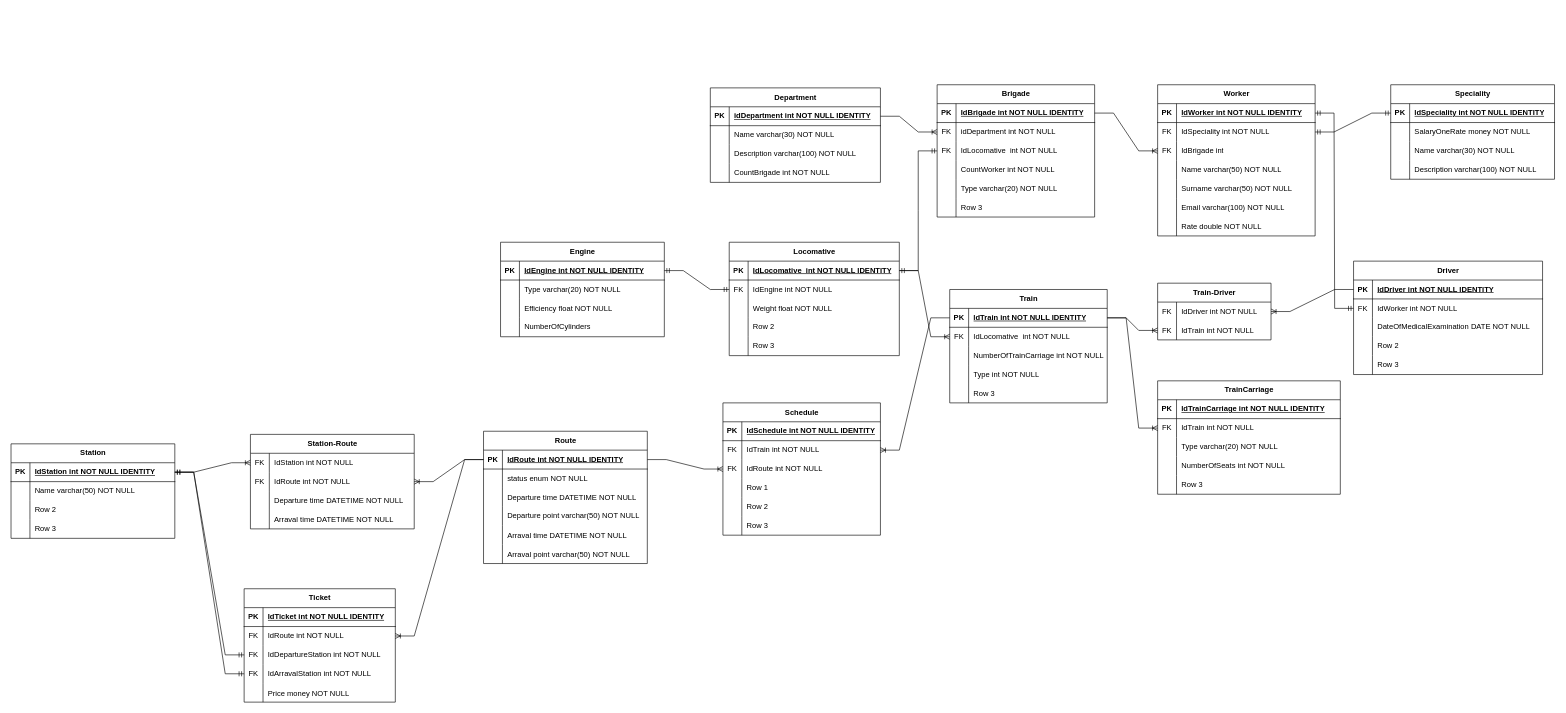
Before: 6_semester/BD/table.drawio in Lesha-Chinikailo/PSU_lab, a draw.io diagram. Source tidied: cells renumbered, new cells numbered last; positions are measured from the earlier drawing's top-left corner, leaving out a move shared by most shapes. Both pictures are drawn from the tidied source at 63%, with x=0, y=0 at pixel (11, 84).
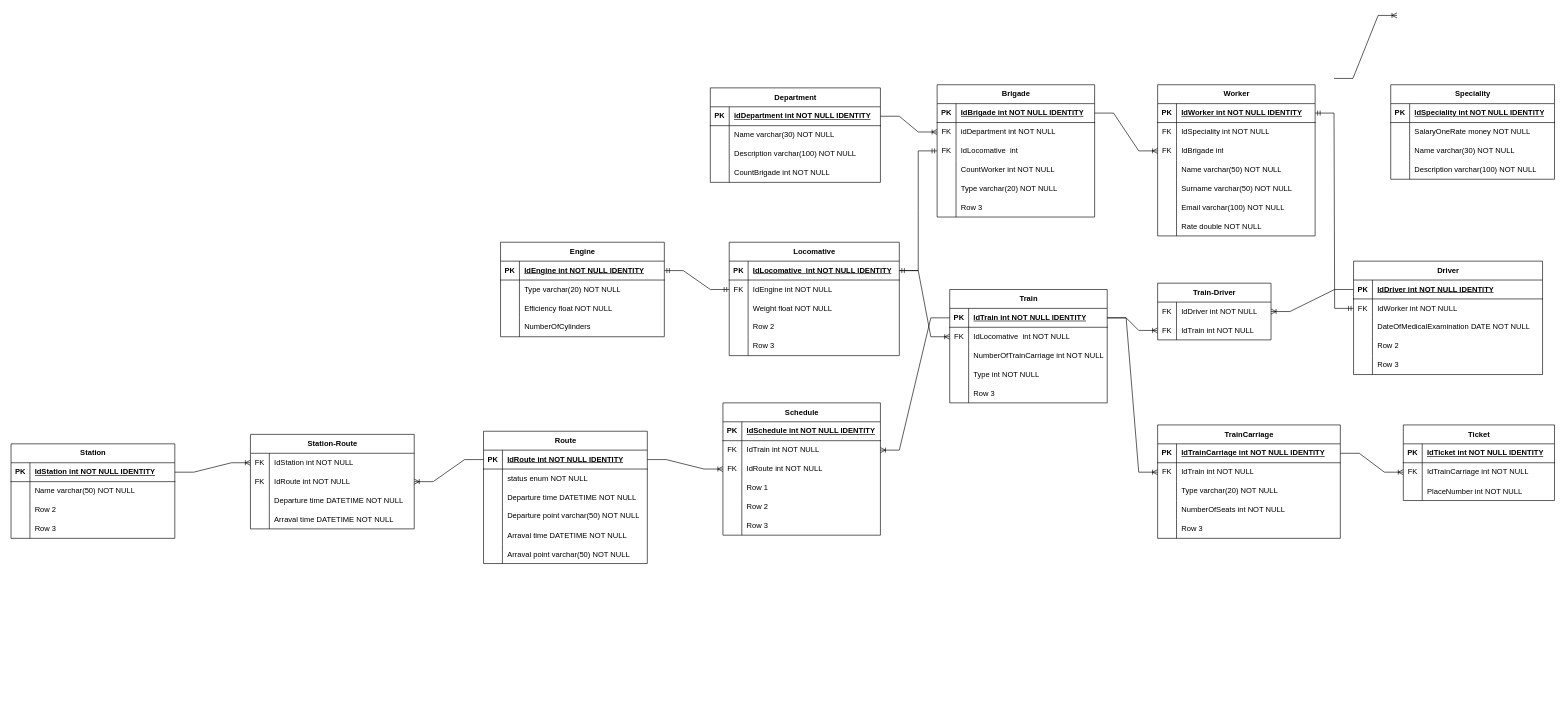
Above is the later version.

Unchanged cells that the change refers to:
```xml
<mxCell id="6" style="shape=tableRow;horizontal=0;startSize=0;swimlaneHead=0;swimlaneBody=0;fillColor=none;points=[[0,0.5],[1,0.5]];portConstraint=eastwest;top=0;left=0;right=0;bottom=0;" parent="2" vertex="1">
  <mxGeometry y="60" width="250" height="30" as="geometry" />
</mxCell>
<mxCell id="25" style="shape=tableRow;horizontal=0;startSize=0;swimlaneHead=0;swimlaneBody=0;fillColor=none;points=[[0,0.5],[1,0.5]];portConstraint=eastwest;top=0;left=0;right=0;bottom=1;" parent="24" vertex="1">
  <mxGeometry y="30" width="260" height="30" as="geometry" />
</mxCell>
<mxCell id="45" style="shape=tableRow;horizontal=0;startSize=0;swimlaneHead=0;swimlaneBody=0;fillColor=none;points=[[0,0.5],[1,0.5]];portConstraint=eastwest;top=0;left=0;right=0;bottom=0;" parent="38" vertex="1">
  <mxGeometry y="90" width="250" height="30" as="geometry" />
</mxCell>
<mxCell id="146" style="shape=tableRow;horizontal=0;startSize=0;swimlaneHead=0;swimlaneBody=0;fillColor=none;points=[[0,0.5],[1,0.5]];portConstraint=eastwest;top=0;left=0;right=0;bottom=1;" parent="145" vertex="1">
  <mxGeometry y="30" width="290" height="30" as="geometry" />
</mxCell>
<mxCell id="164" style="shape=tableRow;horizontal=0;startSize=0;swimlaneHead=0;swimlaneBody=0;fillColor=none;points=[[0,0.5],[1,0.5]];portConstraint=eastwest;top=0;left=0;right=0;bottom=1;" parent="163" vertex="1">
  <mxGeometry y="30" width="260" height="30" as="geometry" />
</mxCell>
<mxCell id="217" style="shape=tableRow;horizontal=0;startSize=0;swimlaneHead=0;swimlaneBody=0;fillColor=none;points=[[0,0.5],[1,0.5]];portConstraint=eastwest;top=0;left=0;right=0;bottom=1;" parent="216" vertex="1">
  <mxGeometry y="30" width="260" height="30" as="geometry" />
</mxCell>
<mxCell id="235" style="shape=tableRow;horizontal=0;startSize=0;swimlaneHead=0;swimlaneBody=0;fillColor=none;points=[[0,0.5],[1,0.5]];portConstraint=eastwest;top=0;left=0;right=0;bottom=0;" parent="231" vertex="1">
  <mxGeometry y="60" width="240" height="30" as="geometry" />
</mxCell>
```

Diff of the diagram source:
```diff
@@
-    <mxCell id="37" style="edgeStyle=entityRelationEdgeStyle;fontSize=12;html=1;endArrow=ERmandOne;startArrow=ERmandOne;rounded=0;entryX=0;entryY=0.5;entryDx=0;entryDy=0;exitX=1;exitY=0.5;exitDx=0;exitDy=0;" parent="1" edge="1" source="6" target="25">
-      <mxGeometry relative="1" as="geometry" />
-    </mxCell>
@@
-    <mxCell id="47" value="IdLocomative&amp;nbsp;&amp;nbsp;int NOT NULL" style="shape=partialRectangle;fillColor=none;top=0;left=0;bottom=0;right=0;align=left;spacingLeft=6;fontStyle=0;overflow=hidden;whiteSpace=wrap;html=1;" parent="45" vertex="1">
+    <mxCell id="47" value="IdLocomative&amp;nbsp;&amp;nbsp;int" style="shape=partialRectangle;fillColor=none;top=0;left=0;bottom=0;right=0;align=left;spacingLeft=6;fontStyle=0;overflow=hidden;whiteSpace=wrap;html=1;" parent="45" vertex="1">
       <mxGeometry x="30" width="220" height="30" as="geometry" />
     </mxCell>
@@
     <mxCell id="145" value="TrainCarriage" style="shape=table;startSize=30;childLayout=tableLayout;rowLines=0;fontStyle=1;align=center;html=1;" parent="1" vertex="1">
-      <mxGeometry x="1820" y="470" width="290" height="180" as="geometry" />
+      <mxGeometry x="1820" y="540" width="290" height="180" as="geometry" />
     </mxCell>
@@
     <mxCell id="231" value="Ticket" style="shape=table;startSize=30;childLayout=tableLayout;rowLines=0;fontStyle=1;align=center;html=1;" parent="1" vertex="1">
-      <mxGeometry x="370" y="800" width="240" height="180" as="geometry" />
+      <mxGeometry x="2210" y="540" width="240" height="120" as="geometry" />
     </mxCell>
@@
-    <mxCell id="237" value="IdRoute int NOT NULL" style="shape=partialRectangle;fillColor=none;top=0;left=0;bottom=0;right=0;align=left;spacingLeft=6;overflow=hidden;whiteSpace=wrap;html=1;" parent="235" vertex="1">
+    <mxCell id="237" value="IdTrainCarriage int NOT NULL" style="shape=partialRectangle;fillColor=none;top=0;left=0;bottom=0;right=0;align=left;spacingLeft=6;overflow=hidden;whiteSpace=wrap;html=1;" parent="235" vertex="1">
       <mxGeometry x="30" width="210" height="30" as="geometry" />
     </mxCell>
-    <mxCell id="238" style="shape=tableRow;horizontal=0;startSize=0;swimlaneHead=0;swimlaneBody=0;fillColor=none;points=[[0,0.5],[1,0.5]];portConstraint=eastwest;top=0;left=0;right=0;bottom=0;" parent="231" vertex="1">
-      <mxGeometry y="90" width="240" height="30" as="geometry" />
-    </mxCell>
-    <mxCell id="239" value="FK" style="shape=partialRectangle;fillColor=none;top=0;left=0;bottom=0;right=0;overflow=hidden;whiteSpace=wrap;html=1;" parent="238" vertex="1">
-      <mxGeometry width="30" height="30" as="geometry" />
-    </mxCell>
-    <mxCell id="240" value="IdDepartureStation int NOT NULL" style="shape=partialRectangle;fillColor=none;top=0;left=0;bottom=0;right=0;align=left;spacingLeft=6;overflow=hidden;whiteSpace=wrap;html=1;" parent="238" vertex="1">
-      <mxGeometry x="30" width="210" height="30" as="geometry" />
-    </mxCell>
-    <mxCell id="241" style="shape=tableRow;horizontal=0;startSize=0;swimlaneHead=0;swimlaneBody=0;fillColor=none;points=[[0,0.5],[1,0.5]];portConstraint=eastwest;top=0;left=0;right=0;bottom=0;" parent="231" vertex="1">
-      <mxGeometry y="120" width="240" height="30" as="geometry" />
-    </mxCell>
-    <mxCell id="242" value="FK" style="shape=partialRectangle;fillColor=none;top=0;left=0;bottom=0;right=0;overflow=hidden;whiteSpace=wrap;html=1;" parent="241" vertex="1">
-      <mxGeometry width="30" height="30" as="geometry" />
-    </mxCell>
-    <mxCell id="243" value="IdArravalStation int NOT NULL" style="shape=partialRectangle;fillColor=none;top=0;left=0;bottom=0;right=0;align=left;spacingLeft=6;overflow=hidden;whiteSpace=wrap;html=1;" parent="241" vertex="1">
-      <mxGeometry x="30" width="210" height="30" as="geometry" />
-    </mxCell>
     <mxCell id="244" style="shape=tableRow;horizontal=0;startSize=0;swimlaneHead=0;swimlaneBody=0;fillColor=none;top=0;left=0;right=0;bottom=0;" parent="231" vertex="1">
-      <mxGeometry y="150" width="240" height="30" as="geometry" />
+      <mxGeometry y="90" width="240" height="30" as="geometry" />
     </mxCell>
@@
-    <mxCell id="246" value="Price money NOT NULL" style="shape=partialRectangle;fillColor=none;top=0;left=0;bottom=0;right=0;align=left;spacingLeft=6;overflow=hidden;" parent="244" vertex="1">
+    <mxCell id="246" value="PlaceNumber int NOT NULL" style="shape=partialRectangle;fillColor=none;top=0;left=0;bottom=0;right=0;align=left;spacingLeft=6;overflow=hidden;" parent="244" vertex="1">
       <mxGeometry x="30" width="210" height="30" as="geometry" />
     </mxCell>
-    <mxCell id="247" style="edgeStyle=entityRelationEdgeStyle;fontSize=12;html=1;endArrow=ERoneToMany;rounded=0;exitX=0;exitY=0.5;exitDx=0;exitDy=0;entryX=1;entryY=0.5;entryDx=0;entryDy=0;" parent="1" edge="1" source="164" target="235">
-      <mxGeometry relative="1" as="geometry" />
-    </mxCell>
-    <mxCell id="248" style="edgeStyle=entityRelationEdgeStyle;fontSize=12;html=1;endArrow=ERmandOne;startArrow=ERmandOne;rounded=0;entryX=1;entryY=0.5;entryDx=0;entryDy=0;exitX=0;exitY=0.5;exitDx=0;exitDy=0;" parent="1" edge="1" source="238" target="217">
-      <mxGeometry relative="1" as="geometry" />
-    </mxCell>
-    <mxCell id="249" style="edgeStyle=entityRelationEdgeStyle;fontSize=12;html=1;endArrow=ERmandOne;startArrow=ERmandOne;rounded=0;entryX=1;entryY=0.5;entryDx=0;entryDy=0;exitX=0;exitY=0.5;exitDx=0;exitDy=0;" parent="1" edge="1" source="241" target="217">
-      <mxGeometry relative="1" as="geometry" />
-    </mxCell>
+    <mxCell id="250" style="edgeStyle=entityRelationEdgeStyle;fontSize=12;html=1;endArrow=ERoneToMany;rounded=0;exitX=1;exitY=0.5;exitDx=0;exitDy=0;entryX=0;entryY=0.5;entryDx=0;entryDy=0;" parent="1" edge="1" source="146" target="235">
+      <mxGeometry relative="1" as="geometry" />
+    </mxCell>
+    <mxCell id="251" style="edgeStyle=entityRelationEdgeStyle;fontSize=12;html=1;endArrow=ERoneToMany;rounded=0;" parent="1" edge="1">
+      <mxGeometry relative="1" as="geometry">
+        <mxPoint x="2100" y="-10" as="sourcePoint" />
+        <mxPoint x="2200" y="-110" as="targetPoint" />
+      </mxGeometry>
+    </mxCell>
```
